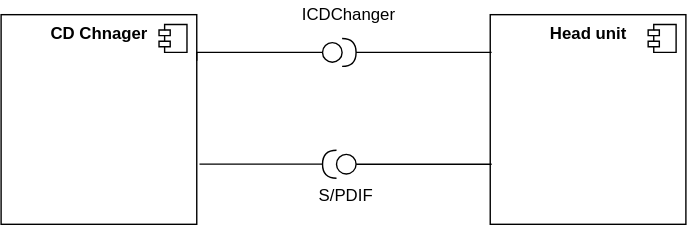
The draw.io diagram Docs/HU_CDC.svg in lengyela89/Renault-BT, before a commit. Source tidied: cells renumbered, new cells last; positions are measured from the earlier drawing's top-left corner, leaving out a move shared by most shapes. The source it was exported from:
```xml
<mxGraphModel>
  <root>
    <mxCell id="0" />
    <mxCell id="1" parent="0" />
    <mxCell id="2" value="&lt;b&gt;CD Chnager&lt;br&gt;&lt;/b&gt;" style="html=1;verticalAlign=top;rotation=0;" parent="1" vertex="1">
      <mxGeometry y="10" width="140" height="150" as="geometry" />
    </mxCell>
    <mxCell id="3" style="shape=component;jettyWidth=8;jettyHeight=4;" parent="2" vertex="1">
      <mxGeometry x="1" width="20" height="20" relative="1" as="geometry">
        <mxPoint x="-27" y="7" as="offset" />
      </mxGeometry>
    </mxCell>
    <mxCell id="4" value="&lt;b&gt;Head unit&lt;/b&gt;" style="html=1;verticalAlign=top;rotation=0;strokeWidth=1;" parent="1" vertex="1">
      <mxGeometry x="350" y="10" width="140" height="150" as="geometry" />
    </mxCell>
    <mxCell id="5" style="shape=component;jettyWidth=8;jettyHeight=4;" parent="4" vertex="1">
      <mxGeometry x="1" width="20" height="20" relative="1" as="geometry">
        <mxPoint x="-27" y="7" as="offset" />
      </mxGeometry>
    </mxCell>
    <mxCell id="6" style="edgeStyle=orthogonalEdgeStyle;rounded=0;jettySize=auto;html=1;entryX=1;entryY=0.22;entryDx=0;entryDy=0;endArrow=none;endFill=0;entryPerimeter=0;" parent="1" edge="1" source="7" target="2">
      <mxGeometry relative="1" as="geometry">
        <Array as="points">
          <mxPoint x="140" y="37" />
        </Array>
      </mxGeometry>
    </mxCell>
    <mxCell id="7" style="ellipse;whiteSpace=wrap;html=1;strokeWidth=1;" parent="1" vertex="1">
      <mxGeometry x="230" y="30" width="14" height="14" as="geometry" />
    </mxCell>
    <mxCell id="8" style="edgeStyle=orthogonalEdgeStyle;rounded=0;jettySize=auto;html=1;endArrow=none;endFill=0;entryX=0.007;entryY=0.18;entryDx=0;entryDy=0;entryPerimeter=0;" parent="1" edge="1" source="9" target="4">
      <mxGeometry relative="1" as="geometry" />
    </mxCell>
    <mxCell id="9" style="shape=requiredInterface;html=1;verticalLabelPosition=bottom;strokeWidth=1;" parent="1" vertex="1">
      <mxGeometry x="244" y="27" width="10" height="20" as="geometry" />
    </mxCell>
    <mxCell id="10" style="edgeStyle=orthogonalEdgeStyle;rounded=0;jettySize=auto;html=1;endArrow=none;endFill=0;" parent="1" edge="1" source="11">
      <mxGeometry relative="1" as="geometry">
        <mxPoint x="351" y="117" as="targetPoint" />
        <Array as="points">
          <mxPoint x="351" y="117" />
        </Array>
      </mxGeometry>
    </mxCell>
    <mxCell id="11" style="ellipse;whiteSpace=wrap;html=1;strokeWidth=1;" parent="1" vertex="1">
      <mxGeometry x="240" y="110" width="14" height="14" as="geometry" />
    </mxCell>
    <mxCell id="12" style="edgeStyle=orthogonalEdgeStyle;rounded=0;jettySize=auto;html=1;entryX=1.014;entryY=0.713;entryDx=0;entryDy=0;endArrow=none;endFill=0;entryPerimeter=0;" parent="1" edge="1" source="13" target="2">
      <mxGeometry relative="1" as="geometry" />
    </mxCell>
    <mxCell id="13" style="shape=requiredInterface;html=1;verticalLabelPosition=bottom;strokeWidth=1;rotation=0;direction=west;" parent="1" vertex="1">
      <mxGeometry x="230" y="107" width="10" height="20" as="geometry" />
    </mxCell>
    <mxCell id="14" value="ICDChanger" style="text;html=1;strokeColor=none;fillColor=none;align=center;verticalAlign=middle;whiteSpace=wrap;rounded=0;" parent="1" vertex="1">
      <mxGeometry x="229" width="40" height="20" as="geometry" />
    </mxCell>
    <mxCell id="15" value="S/PDIF" style="text;html=1;strokeColor=none;fillColor=none;align=center;verticalAlign=middle;whiteSpace=wrap;rounded=0;" parent="1" vertex="1">
      <mxGeometry x="227" y="130" width="40" height="20" as="geometry" />
    </mxCell>
  </root>
</mxGraphModel>
```
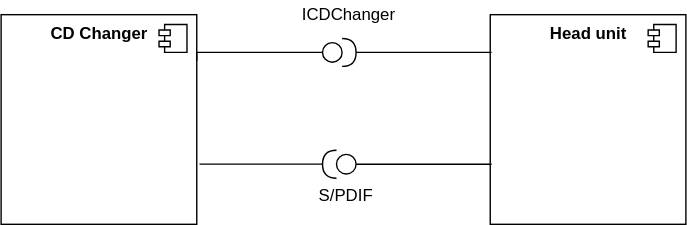
Above is the later version.

Commit message:
Fixed typo in HU_CDC diagram.

What changed in the source:
```diff
@@ -2,7 +2,7 @@
   <root>
     <mxCell id="0" />
     <mxCell id="1" parent="0" />
-    <mxCell id="2" value="&lt;b&gt;CD Chnager&lt;br&gt;&lt;/b&gt;" style="html=1;verticalAlign=top;rotation=0;" parent="1" vertex="1">
+    <mxCell id="2" value="&lt;b&gt;CD Changer&lt;br&gt;&lt;/b&gt;" style="html=1;verticalAlign=top;rotation=0;" parent="1" vertex="1">
       <mxGeometry y="10" width="140" height="150" as="geometry" />
     </mxCell>
     <mxCell id="3" style="shape=component;jettyWidth=8;jettyHeight=4;" parent="2" vertex="1">
```
